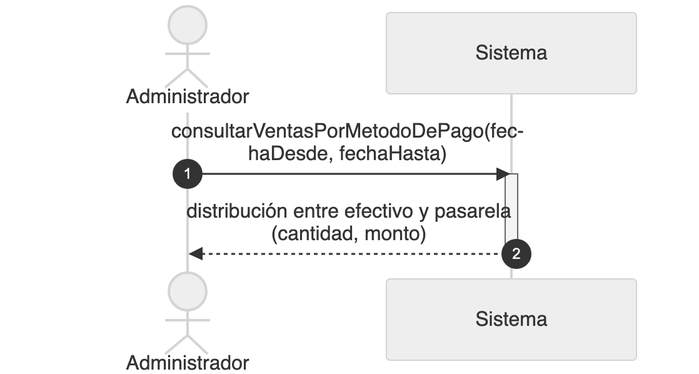
Earlier version of the Mermaid export diagramas/png/DSS_CU-029_Ver-Reporte-Por-Metodo-De-Pago.png (Nahuelito-Dev/splg-docs). Its source is kept beside it as diagramas/DSS_CU-029_Ver-Reporte-Por-Metodo-De-Pago.mmd. The source it was exported from:
```mermaid
sequenceDiagram
    title DSS — CU-029 Ver Reporte Por Metodo De Pago
    autonumber
    actor ADM as Administrador
    participant SIS as Sistema

    ADM->>SIS: consultarVentasPorMetodoDePago(fechaDesde, fechaHasta)
    activate SIS
    SIS-->>ADM: distribución entre efectivo y pasarela (cantidad, monto)
    deactivate SIS
```
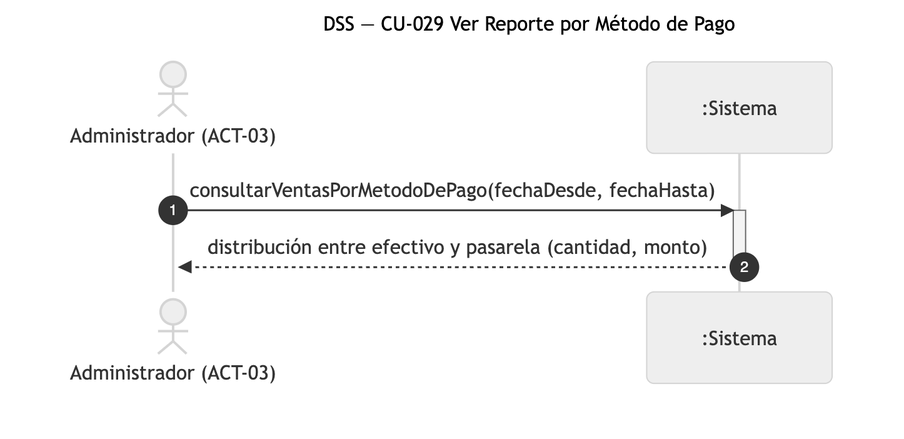
Later version of the same file.

Change to the diagram source:
```diff
@@ -1,8 +1,8 @@
 sequenceDiagram
-    title DSS — CU-029 Ver Reporte Por Metodo De Pago
+    title DSS — CU-029 Ver Reporte por Método de Pago
     autonumber
-    actor ADM as Administrador
-    participant SIS as Sistema
+    actor ADM as Administrador (ACT-03)
+    participant SIS as :Sistema
 
     ADM->>SIS: consultarVentasPorMetodoDePago(fechaDesde, fechaHasta)
     activate SIS
```
